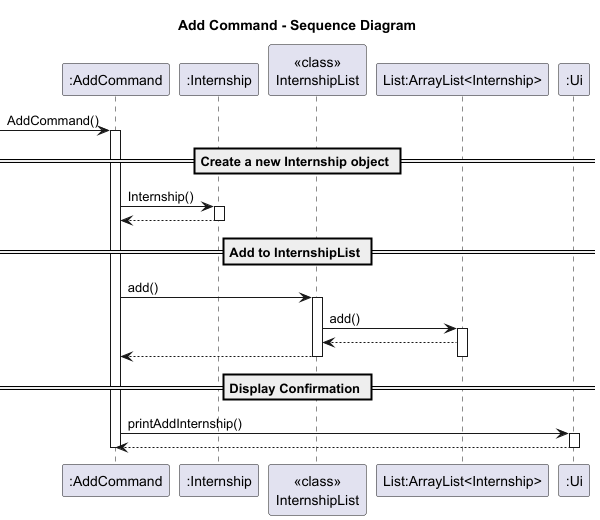
This is docs/diagrams/AddCommandSD.png from BenyAlbatross/tp, a PlantUML export, as it was before one commit.
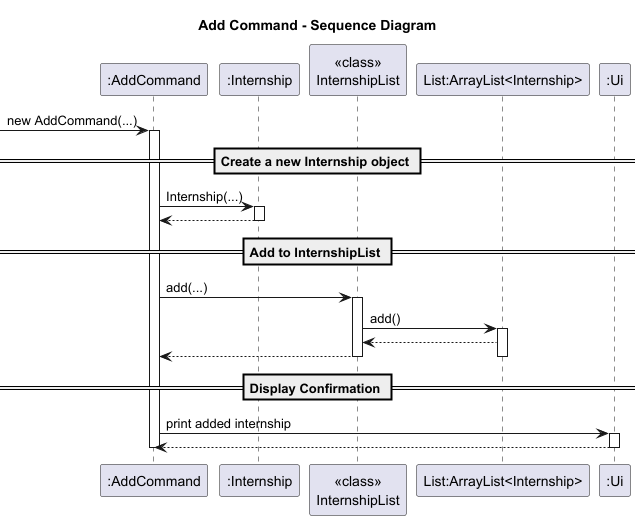
After the change.

The edit, as a diff of the source:
```diff
@@ -7,16 +7,16 @@
 participant "List:ArrayList<Internship>" as LI
 participant ":Ui" as Ui
 
--> AC: AddCommand()
+-> AC: new AddCommand(...)
 activate AC
 == Create a new Internship object ==
-AC -> IN: Internship()
+AC -> IN: Internship(...)
 activate IN
 IN --> AC
 deactivate IN
 
 == Add to InternshipList ==
-AC -> IL: add()
+AC -> IL: add(...)
 activate IL
 IL -> LI: add()
 activate LI
@@ -26,7 +26,7 @@
 deactivate IL
 
 == Display Confirmation ==
-AC -> Ui: printAddInternship()
+AC -> Ui: print added internship
 activate Ui
 Ui --> AC
 deactivate Ui
```
